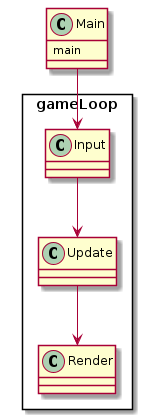
laurasdejong/CppND-Capstone-Robber-Game keeps this PlantUML diagram as doc/code_structure.png. Above is the earlier version.
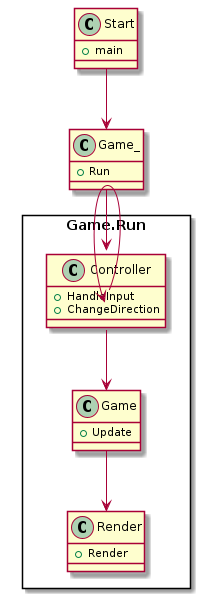
The same diagram one commit later.

Commit message:
Changed colors to represent game, updated code_structure

Change to the diagram source:
```diff
@@ -1,13 +1,35 @@
 @startuml
 
-class Main {
-  main
+class Start {
+  + main
 }
 
-package gameLoop <<Rectangle>>{
-.Main --> Input
-Input --> Update
-Update --> Render
+class Game_ {
+  + Run
+}
+
+ Start --> Game_
+
+
+package Game.Run <<Rectangle>>{
+    class Controller {
+    + HandleInput
+    + ChangeDirection
+    }
+
+    class Game {
+    + Update
+    }
+
+    class Render {
+    + Render
+    }
+
+
+    .Game_ --> Controller
+    Controller --> Game
+    Game --> Render
+    Controller::HandleInput --> Controller::ChangeDirection
 }
 
 @enduml
```
